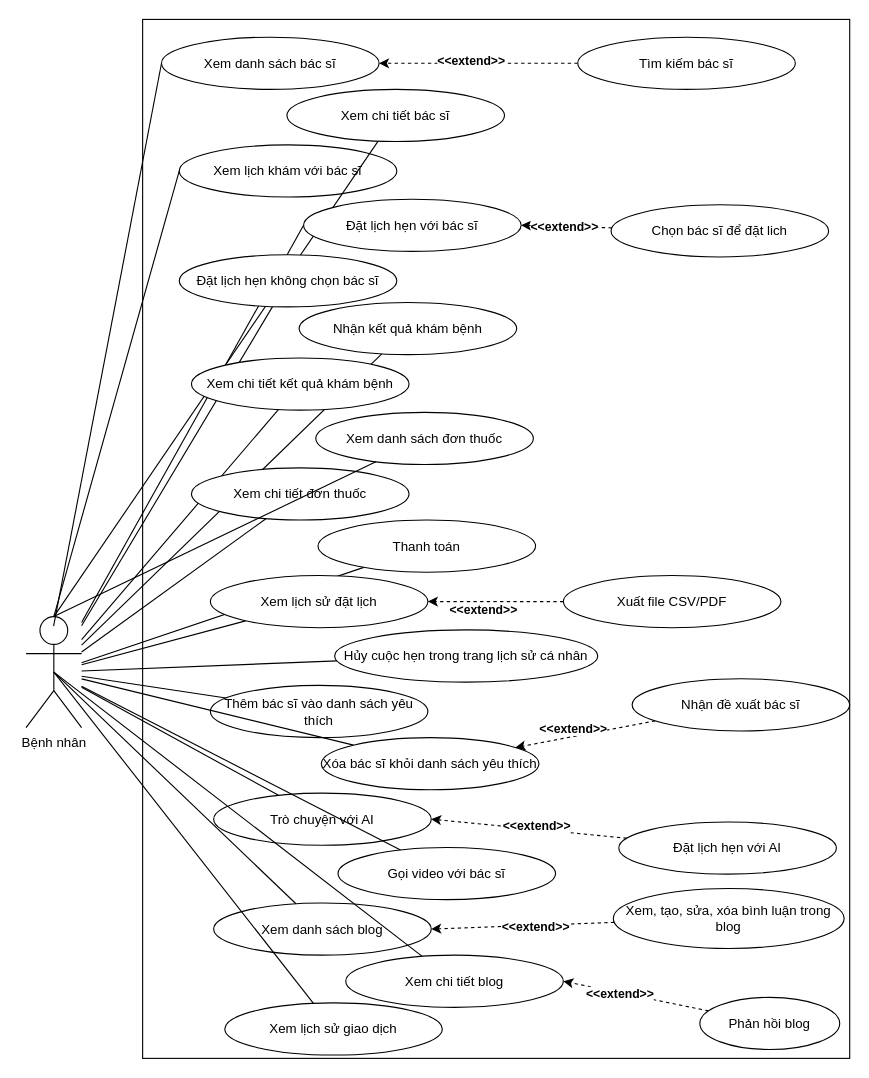
The draw.io diagram page "Page-2" (2 of 10) of Untitled Diagram.drawio in ch0uchou/javaex, before the edit. Source tidied: cells renumbered, new cells numbered last; positions are measured from the earlier drawing's top-left corner, leaving out a move shared by most shapes. Both pictures are drawn from the tidied source at 111%, with x=0, y=0 at pixel (26, 19).
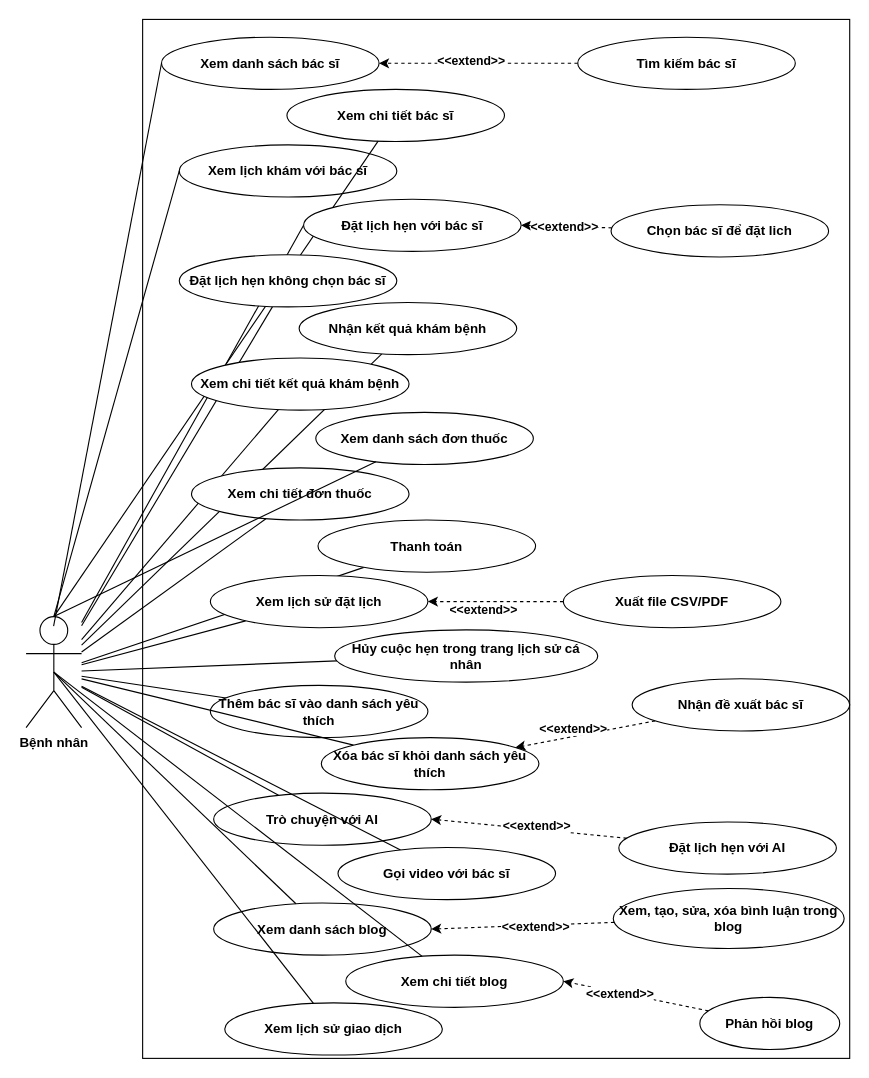
After the change.

Change to the diagram source:
```diff
@@
-    <mxCell id="2" style="rounded=0;whiteSpace=wrap;html=1;" parent="1" vertex="1">
+    <mxCell id="2" style="rounded=0;whiteSpace=wrap;html=1;fontStyle=1;" parent="1" vertex="1">
       <mxGeometry x="105" width="637" height="936" as="geometry" />
     </mxCell>
-    <mxCell id="3" value="Bệnh nhân" style="shape=umlActor;verticalLabelPosition=bottom;verticalAlign=top;html=1;outlineConnect=0;" parent="1" vertex="1">
+    <mxCell id="3" value="Bệnh nhân" style="shape=umlActor;verticalLabelPosition=bottom;verticalAlign=top;html=1;outlineConnect=0;fontStyle=1;" parent="1" vertex="1">
       <mxGeometry y="538" width="50" height="100" as="geometry" />
     </mxCell>
-    <mxCell id="4" style="rounded=0;jettySize=auto;html=1;exitX=0;exitY=0.5;exitDx=0;exitDy=0;endArrow=none;startFill=0;" parent="1" edge="1" source="5">
+    <mxCell id="4" style="rounded=0;jettySize=auto;html=1;exitX=0;exitY=0.5;exitDx=0;exitDy=0;endArrow=none;startFill=0;fontStyle=1;" parent="1" edge="1" source="5">
       <mxGeometry relative="1" as="geometry">
         <mxPoint x="24.8" y="546.5" as="targetPoint" />
       </mxGeometry>
     </mxCell>
-    <mxCell id="5" value="&lt;p&gt;Xem danh sách bác sĩ&lt;/p&gt;" style="ellipse;whiteSpace=wrap;html=1;" parent="1" vertex="1">
+    <mxCell id="5" value="&lt;p&gt;Xem danh sách bác sĩ&lt;/p&gt;" style="ellipse;whiteSpace=wrap;html=1;fontStyle=1;" parent="1" vertex="1">
       <mxGeometry x="122" y="16" width="196" height="47" as="geometry" />
     </mxCell>
-    <mxCell id="6" value="&lt;p&gt;Xem chi tiết bác sĩ&lt;/p&gt;" style="ellipse;whiteSpace=wrap;html=1;" parent="1" vertex="1">
+    <mxCell id="6" value="&lt;p&gt;Xem chi tiết bác sĩ&lt;/p&gt;" style="ellipse;whiteSpace=wrap;html=1;fontStyle=1;" parent="1" vertex="1">
       <mxGeometry x="235" y="63" width="196" height="47" as="geometry" />
     </mxCell>
-    <mxCell id="7" value="&lt;p&gt;Xem lịch khám với bác sĩ&lt;/p&gt;" style="ellipse;whiteSpace=wrap;html=1;" parent="1" vertex="1">
+    <mxCell id="7" value="&lt;p&gt;Xem lịch khám với bác sĩ&lt;/p&gt;" style="ellipse;whiteSpace=wrap;html=1;fontStyle=1;" parent="1" vertex="1">
       <mxGeometry x="138" y="113" width="196" height="47" as="geometry" />
     </mxCell>
-    <mxCell id="8" style="rounded=0;jettySize=auto;html=1;entryX=0.5;entryY=0;entryDx=0;entryDy=0;entryPerimeter=0;endArrow=none;startFill=0;" parent="1" edge="1" source="6" target="3">
+    <mxCell id="8" style="rounded=0;jettySize=auto;html=1;entryX=0.5;entryY=0;entryDx=0;entryDy=0;entryPerimeter=0;endArrow=none;startFill=0;fontStyle=1;" parent="1" edge="1" source="6" target="3">
       <mxGeometry relative="1" as="geometry" />
     </mxCell>
-    <mxCell id="9" style="rounded=0;jettySize=auto;html=1;exitX=0;exitY=0.5;exitDx=0;exitDy=0;endArrow=none;startFill=0;" parent="1" edge="1" source="10" target="3">
+    <mxCell id="9" style="rounded=0;jettySize=auto;html=1;exitX=0;exitY=0.5;exitDx=0;exitDy=0;endArrow=none;startFill=0;fontStyle=1;" parent="1" edge="1" source="10" target="3">
       <mxGeometry relative="1" as="geometry" />
     </mxCell>
-    <mxCell id="10" value="&lt;p&gt;Đặt lịch hẹn với bác sĩ&lt;/p&gt;" style="ellipse;whiteSpace=wrap;html=1;" parent="1" vertex="1">
+    <mxCell id="10" value="&lt;p&gt;Đặt lịch hẹn với bác sĩ&lt;/p&gt;" style="ellipse;whiteSpace=wrap;html=1;fontStyle=1;" parent="1" vertex="1">
       <mxGeometry x="250" y="162" width="196" height="47" as="geometry" />
     </mxCell>
-    <mxCell id="11" style="rounded=0;jettySize=auto;html=1;endArrow=none;startFill=0;" parent="1" edge="1" source="12" target="3">
+    <mxCell id="11" style="rounded=0;jettySize=auto;html=1;endArrow=none;startFill=0;fontStyle=1;" parent="1" edge="1" source="12" target="3">
       <mxGeometry relative="1" as="geometry" />
     </mxCell>
-    <mxCell id="12" value="&lt;p&gt;Đặt lịch hẹn không chọn bác sĩ&lt;/p&gt;" style="ellipse;whiteSpace=wrap;html=1;" parent="1" vertex="1">
+    <mxCell id="12" value="&lt;p&gt;Đặt lịch hẹn không chọn bác sĩ&lt;/p&gt;" style="ellipse;whiteSpace=wrap;html=1;fontStyle=1;" parent="1" vertex="1">
       <mxGeometry x="138" y="212" width="196" height="47" as="geometry" />
     </mxCell>
-    <mxCell id="13" style="rounded=0;jettySize=auto;html=1;endArrow=none;startFill=0;" parent="1" edge="1" source="14" target="3">
+    <mxCell id="13" style="rounded=0;jettySize=auto;html=1;endArrow=none;startFill=0;fontStyle=1;" parent="1" edge="1" source="14" target="3">
       <mxGeometry relative="1" as="geometry" />
     </mxCell>
-    <mxCell id="14" value="&lt;p&gt;Nhận kết quả khám bệnh&lt;/p&gt;" style="ellipse;whiteSpace=wrap;html=1;" parent="1" vertex="1">
+    <mxCell id="14" value="&lt;p&gt;Nhận kết quả khám bệnh&lt;/p&gt;" style="ellipse;whiteSpace=wrap;html=1;fontStyle=1;" parent="1" vertex="1">
       <mxGeometry x="246" y="255" width="196" height="47" as="geometry" />
     </mxCell>
-    <mxCell id="15" style="rounded=0;jettySize=auto;html=1;endArrow=none;startFill=0;" parent="1" edge="1" source="16" target="3">
+    <mxCell id="15" style="rounded=0;jettySize=auto;html=1;endArrow=none;startFill=0;fontStyle=1;" parent="1" edge="1" source="16" target="3">
       <mxGeometry relative="1" as="geometry" />
     </mxCell>
-    <mxCell id="16" value="&lt;p&gt;Xem chi tiết kết quả khám bệnh&lt;/p&gt;" style="ellipse;whiteSpace=wrap;html=1;" parent="1" vertex="1">
+    <mxCell id="16" value="&lt;p&gt;Xem chi tiết kết quả khám bệnh&lt;/p&gt;" style="ellipse;whiteSpace=wrap;html=1;fontStyle=1;" parent="1" vertex="1">
       <mxGeometry x="149" y="305" width="196" height="47" as="geometry" />
     </mxCell>
-    <mxCell id="17" value="&lt;p&gt;Xem danh sách đơn thuốc&lt;/p&gt;" style="ellipse;whiteSpace=wrap;html=1;" parent="1" vertex="1">
+    <mxCell id="17" value="&lt;p&gt;Xem danh sách đơn thuốc&lt;/p&gt;" style="ellipse;whiteSpace=wrap;html=1;fontStyle=1;" parent="1" vertex="1">
       <mxGeometry x="261" y="354" width="196" height="47" as="geometry" />
     </mxCell>
-    <mxCell id="18" value="&lt;p&gt;Xem chi tiết đơn thuốc&lt;/p&gt;" style="ellipse;whiteSpace=wrap;html=1;" parent="1" vertex="1">
+    <mxCell id="18" value="&lt;p&gt;Xem chi tiết đơn thuốc&lt;/p&gt;" style="ellipse;whiteSpace=wrap;html=1;fontStyle=1;" parent="1" vertex="1">
       <mxGeometry x="149" y="404" width="196" height="47" as="geometry" />
     </mxCell>
-    <mxCell id="19" style="rounded=0;jettySize=auto;html=1;endArrow=none;startFill=0;" parent="1" edge="1" source="20" target="3">
+    <mxCell id="19" style="rounded=0;jettySize=auto;html=1;endArrow=none;startFill=0;fontStyle=1;" parent="1" edge="1" source="20" target="3">
       <mxGeometry relative="1" as="geometry" />
     </mxCell>
-    <mxCell id="20" value="&lt;p&gt;Thanh toán&lt;/p&gt;" style="ellipse;whiteSpace=wrap;html=1;" parent="1" vertex="1">
+    <mxCell id="20" value="&lt;p&gt;Thanh toán&lt;/p&gt;" style="ellipse;whiteSpace=wrap;html=1;fontStyle=1;" parent="1" vertex="1">
       <mxGeometry x="263" y="451" width="196" height="47" as="geometry" />
     </mxCell>
-    <mxCell id="21" style="rounded=0;jettySize=auto;html=1;endArrow=none;startFill=0;" parent="1" edge="1" source="22" target="3">
+    <mxCell id="21" style="rounded=0;jettySize=auto;html=1;endArrow=none;startFill=0;fontStyle=1;" parent="1" edge="1" source="22" target="3">
       <mxGeometry relative="1" as="geometry" />
     </mxCell>
-    <mxCell id="22" value="&lt;p&gt;Xem lịch sử đặt lịch&lt;/p&gt;" style="ellipse;whiteSpace=wrap;html=1;" parent="1" vertex="1">
+    <mxCell id="22" value="&lt;p&gt;Xem lịch sử đặt lịch&lt;/p&gt;" style="ellipse;whiteSpace=wrap;html=1;fontStyle=1;" parent="1" vertex="1">
       <mxGeometry x="166" y="501" width="196" height="47" as="geometry" />
     </mxCell>
-    <mxCell id="23" style="rounded=0;jettySize=auto;html=1;endArrow=none;startFill=0;" parent="1" edge="1" source="24" target="3">
+    <mxCell id="23" style="rounded=0;jettySize=auto;html=1;endArrow=none;startFill=0;fontStyle=1;" parent="1" edge="1" source="24" target="3">
       <mxGeometry relative="1" as="geometry" />
     </mxCell>
-    <mxCell id="24" value="&lt;p&gt;Hủy cuộc hẹn trong trang lịch sử cá nhân&lt;/p&gt;" style="ellipse;whiteSpace=wrap;html=1;" parent="1" vertex="1">
+    <mxCell id="24" value="&lt;p&gt;Hủy cuộc hẹn trong trang lịch sử cá nhân&lt;/p&gt;" style="ellipse;whiteSpace=wrap;html=1;fontStyle=1;" parent="1" vertex="1">
       <mxGeometry x="278" y="550" width="237" height="47" as="geometry" />
     </mxCell>
-    <mxCell id="25" style="rounded=0;jettySize=auto;html=1;endArrow=none;startFill=0;" parent="1" edge="1" source="26" target="3">
+    <mxCell id="25" style="rounded=0;jettySize=auto;html=1;endArrow=none;startFill=0;fontStyle=1;" parent="1" edge="1" source="26" target="3">
       <mxGeometry relative="1" as="geometry" />
     </mxCell>
-    <mxCell id="26" value="&lt;p&gt;Thêm bác sĩ vào danh sách yêu thích&lt;/p&gt;" style="ellipse;whiteSpace=wrap;html=1;" parent="1" vertex="1">
+    <mxCell id="26" value="&lt;p&gt;Thêm bác sĩ vào danh sách yêu thích&lt;/p&gt;" style="ellipse;whiteSpace=wrap;html=1;fontStyle=1;" parent="1" vertex="1">
       <mxGeometry x="166" y="600" width="196" height="47" as="geometry" />
     </mxCell>
-    <mxCell id="27" style="rounded=0;jettySize=auto;html=1;endArrow=none;startFill=0;" parent="1" edge="1" source="28" target="3">
+    <mxCell id="27" style="rounded=0;jettySize=auto;html=1;endArrow=none;startFill=0;fontStyle=1;" parent="1" edge="1" source="28" target="3">
       <mxGeometry relative="1" as="geometry" />
     </mxCell>
-    <mxCell id="28" value="&lt;p&gt;Xóa bác sĩ khỏi danh sách yêu thích&lt;/p&gt;" style="ellipse;whiteSpace=wrap;html=1;" parent="1" vertex="1">
+    <mxCell id="28" value="&lt;p&gt;Xóa bác sĩ khỏi danh sách yêu thích&lt;/p&gt;" style="ellipse;whiteSpace=wrap;html=1;fontStyle=1;" parent="1" vertex="1">
       <mxGeometry x="266" y="647" width="196" height="47" as="geometry" />
     </mxCell>
-    <mxCell id="29" style="rounded=0;jettySize=auto;html=1;endArrow=none;startFill=0;" parent="1" edge="1" source="30" target="3">
+    <mxCell id="29" style="rounded=0;jettySize=auto;html=1;endArrow=none;startFill=0;fontStyle=1;" parent="1" edge="1" source="30" target="3">
       <mxGeometry relative="1" as="geometry" />
     </mxCell>
-    <mxCell id="30" value="&lt;p&gt;Trò chuyện với AI&lt;/p&gt;" style="ellipse;whiteSpace=wrap;html=1;" parent="1" vertex="1">
+    <mxCell id="30" value="&lt;p&gt;Trò chuyện với AI&lt;/p&gt;" style="ellipse;whiteSpace=wrap;html=1;fontStyle=1;" parent="1" vertex="1">
       <mxGeometry x="169" y="697" width="196" height="47" as="geometry" />
     </mxCell>
-    <mxCell id="31" style="rounded=0;jettySize=auto;html=1;endArrow=none;startFill=0;" parent="1" edge="1" source="32" target="3">
+    <mxCell id="31" style="rounded=0;jettySize=auto;html=1;endArrow=none;startFill=0;fontStyle=1;" parent="1" edge="1" source="32" target="3">
       <mxGeometry relative="1" as="geometry" />
     </mxCell>
-    <mxCell id="32" value="&lt;p&gt;Gọi video với bác sĩ&lt;/p&gt;" style="ellipse;whiteSpace=wrap;html=1;" parent="1" vertex="1">
+    <mxCell id="32" value="&lt;p&gt;Gọi video với bác sĩ&lt;/p&gt;" style="ellipse;whiteSpace=wrap;html=1;fontStyle=1;" parent="1" vertex="1">
       <mxGeometry x="281" y="746" width="196" height="47" as="geometry" />
     </mxCell>
-    <mxCell id="33" value="&lt;p&gt;Xem danh sách blog&lt;/p&gt;" style="ellipse;whiteSpace=wrap;html=1;" parent="1" vertex="1">
+    <mxCell id="33" value="&lt;p&gt;Xem danh sách blog&lt;/p&gt;" style="ellipse;whiteSpace=wrap;html=1;fontStyle=1;" parent="1" vertex="1">
       <mxGeometry x="169" y="796" width="196" height="47" as="geometry" />
     </mxCell>
-    <mxCell id="34" value="&lt;p&gt;Xem chi tiết blog&lt;/p&gt;" style="ellipse;whiteSpace=wrap;html=1;" parent="1" vertex="1">
+    <mxCell id="34" value="&lt;p&gt;Xem chi tiết blog&lt;/p&gt;" style="ellipse;whiteSpace=wrap;html=1;fontStyle=1;" parent="1" vertex="1">
       <mxGeometry x="288" y="843" width="196" height="47" as="geometry" />
     </mxCell>
-    <mxCell id="35" value="&lt;p&gt;Xem lịch sử giao dịch&lt;/p&gt;" style="ellipse;whiteSpace=wrap;html=1;" parent="1" vertex="1">
+    <mxCell id="35" value="&lt;p&gt;Xem lịch sử giao dịch&lt;/p&gt;" style="ellipse;whiteSpace=wrap;html=1;fontStyle=1;" parent="1" vertex="1">
       <mxGeometry x="179" y="886" width="196" height="47" as="geometry" />
     </mxCell>
-    <mxCell id="36" style="rounded=0;jettySize=auto;html=1;exitX=0;exitY=0.5;exitDx=0;exitDy=0;entryX=0.5;entryY=0;entryDx=0;entryDy=0;entryPerimeter=0;endArrow=none;startFill=0;" parent="1" edge="1" source="7" target="3">
+    <mxCell id="36" style="rounded=0;jettySize=auto;html=1;exitX=0;exitY=0.5;exitDx=0;exitDy=0;entryX=0.5;entryY=0;entryDx=0;entryDy=0;entryPerimeter=0;endArrow=none;startFill=0;fontStyle=1;" parent="1" edge="1" source="7" target="3">
       <mxGeometry relative="1" as="geometry" />
     </mxCell>
-    <mxCell id="37" style="rounded=0;jettySize=auto;html=1;entryX=0.5;entryY=0;entryDx=0;entryDy=0;entryPerimeter=0;endArrow=none;startFill=0;" parent="1" edge="1" source="17" target="3">
+    <mxCell id="37" style="rounded=0;jettySize=auto;html=1;entryX=0.5;entryY=0;entryDx=0;entryDy=0;entryPerimeter=0;endArrow=none;startFill=0;fontStyle=1;" parent="1" edge="1" source="17" target="3">
       <mxGeometry relative="1" as="geometry" />
     </mxCell>
-    <mxCell id="38" style="rounded=0;jettySize=auto;html=1;endArrow=none;startFill=0;" parent="1" edge="1" source="18" target="3">
+    <mxCell id="38" style="rounded=0;jettySize=auto;html=1;endArrow=none;startFill=0;fontStyle=1;" parent="1" edge="1" source="18" target="3">
       <mxGeometry relative="1" as="geometry" />
     </mxCell>
-    <mxCell id="39" style="rounded=0;jettySize=auto;html=1;entryX=0.5;entryY=0.5;entryDx=0;entryDy=0;entryPerimeter=0;endArrow=none;startFill=0;" parent="1" edge="1" source="33" target="3">
+    <mxCell id="39" style="rounded=0;jettySize=auto;html=1;entryX=0.5;entryY=0.5;entryDx=0;entryDy=0;entryPerimeter=0;endArrow=none;startFill=0;fontStyle=1;" parent="1" edge="1" source="33" target="3">
       <mxGeometry relative="1" as="geometry" />
     </mxCell>
-    <mxCell id="40" style="rounded=0;jettySize=auto;html=1;entryX=0.5;entryY=0.5;entryDx=0;entryDy=0;entryPerimeter=0;endArrow=none;startFill=0;" parent="1" edge="1" source="34" target="3">
+    <mxCell id="40" style="rounded=0;jettySize=auto;html=1;entryX=0.5;entryY=0.5;entryDx=0;entryDy=0;entryPerimeter=0;endArrow=none;startFill=0;fontStyle=1;" parent="1" edge="1" source="34" target="3">
       <mxGeometry relative="1" as="geometry" />
     </mxCell>
-    <mxCell id="41" style="rounded=0;jettySize=auto;html=1;entryX=0.5;entryY=0.5;entryDx=0;entryDy=0;entryPerimeter=0;endArrow=none;startFill=0;" parent="1" edge="1" source="35" target="3">
+    <mxCell id="41" style="rounded=0;jettySize=auto;html=1;entryX=0.5;entryY=0.5;entryDx=0;entryDy=0;entryPerimeter=0;endArrow=none;startFill=0;fontStyle=1;" parent="1" edge="1" source="35" target="3">
       <mxGeometry relative="1" as="geometry" />
     </mxCell>
-    <mxCell id="42" style="rounded=0;jettySize=auto;html=1;entryX=1;entryY=0.5;entryDx=0;entryDy=0;dashed=1;" parent="1" edge="1" source="44" target="5">
+    <mxCell id="42" style="rounded=0;jettySize=auto;html=1;entryX=1;entryY=0.5;entryDx=0;entryDy=0;dashed=1;fontStyle=1;" parent="1" edge="1" source="44" target="5">
       <mxGeometry relative="1" as="geometry" />
     </mxCell>
-    <mxCell id="43" value="&lt;b&gt;&amp;lt;&amp;lt;extend&amp;gt;&amp;gt;&lt;/b&gt;" style="edgeLabel;html=1;align=center;verticalAlign=middle;" parent="42" vertex="1">
+    <mxCell id="43" value="&lt;span&gt;&amp;lt;&amp;lt;extend&amp;gt;&amp;gt;&lt;/span&gt;" style="edgeLabel;html=1;align=center;verticalAlign=middle;fontStyle=1;" parent="42" vertex="1">
       <mxGeometry x="0.08" y="-2" relative="1" as="geometry" />
     </mxCell>
-    <mxCell id="44" value="&lt;p&gt;Tìm kiếm bác sĩ&lt;/p&gt;" style="ellipse;whiteSpace=wrap;html=1;" parent="1" vertex="1">
+    <mxCell id="44" value="&lt;p&gt;Tìm kiếm bác sĩ&lt;/p&gt;" style="ellipse;whiteSpace=wrap;html=1;fontStyle=1;" parent="1" vertex="1">
       <mxGeometry x="497" y="16" width="196" height="47" as="geometry" />
     </mxCell>
-    <mxCell id="45" style="rounded=0;jettySize=auto;html=1;entryX=1;entryY=0.5;entryDx=0;entryDy=0;dashed=1;" parent="1" edge="1" source="47" target="10">
+    <mxCell id="45" style="rounded=0;jettySize=auto;html=1;entryX=1;entryY=0.5;entryDx=0;entryDy=0;dashed=1;fontStyle=1;" parent="1" edge="1" source="47" target="10">
       <mxGeometry relative="1" as="geometry" />
     </mxCell>
-    <mxCell id="46" value="&lt;b&gt;&amp;lt;&amp;lt;extend&amp;gt;&amp;gt;&lt;/b&gt;" style="edgeLabel;html=1;align=center;verticalAlign=middle;" parent="45" vertex="1">
+    <mxCell id="46" value="&lt;span&gt;&amp;lt;&amp;lt;extend&amp;gt;&amp;gt;&lt;/span&gt;" style="edgeLabel;html=1;align=center;verticalAlign=middle;fontStyle=1;" parent="45" vertex="1">
       <mxGeometry x="0.06" relative="1" as="geometry" />
     </mxCell>
-    <mxCell id="47" value="&lt;p&gt;Chọn bác sĩ để đặt lich&lt;/p&gt;" style="ellipse;whiteSpace=wrap;html=1;" parent="1" vertex="1">
+    <mxCell id="47" value="&lt;p&gt;Chọn bác sĩ để đặt lich&lt;/p&gt;" style="ellipse;whiteSpace=wrap;html=1;fontStyle=1;" parent="1" vertex="1">
       <mxGeometry x="527" y="167" width="196" height="47" as="geometry" />
     </mxCell>
-    <mxCell id="48" style="rounded=0;jettySize=auto;html=1;entryX=1;entryY=0.5;entryDx=0;entryDy=0;dashed=1;" parent="1" edge="1" source="50" target="22">
+    <mxCell id="48" style="rounded=0;jettySize=auto;html=1;entryX=1;entryY=0.5;entryDx=0;entryDy=0;dashed=1;fontStyle=1;" parent="1" edge="1" source="50" target="22">
       <mxGeometry relative="1" as="geometry" />
     </mxCell>
-    <mxCell id="49" value="&lt;b&gt;&amp;lt;&amp;lt;extend&amp;gt;&amp;gt;&lt;/b&gt;" style="edgeLabel;html=1;align=center;verticalAlign=middle;" parent="48" vertex="1">
+    <mxCell id="49" value="&lt;span&gt;&amp;lt;&amp;lt;extend&amp;gt;&amp;gt;&lt;/span&gt;" style="edgeLabel;html=1;align=center;verticalAlign=middle;fontStyle=1;" parent="48" vertex="1">
       <mxGeometry x="0.19" y="7" relative="1" as="geometry" />
     </mxCell>
-    <mxCell id="50" value="&lt;p&gt;Xuất file CSV/PDF&lt;/p&gt;" style="ellipse;whiteSpace=wrap;html=1;" parent="1" vertex="1">
+    <mxCell id="50" value="&lt;p&gt;Xuất file CSV/PDF&lt;/p&gt;" style="ellipse;whiteSpace=wrap;html=1;fontStyle=1;" parent="1" vertex="1">
       <mxGeometry x="484" y="501" width="196" height="47" as="geometry" />
     </mxCell>
-    <mxCell id="51" style="rounded=0;jettySize=auto;html=1;dashed=1;" parent="1" edge="1" source="53" target="28">
+    <mxCell id="51" style="rounded=0;jettySize=auto;html=1;dashed=1;fontStyle=1;" parent="1" edge="1" source="53" target="28">
       <mxGeometry relative="1" as="geometry" />
     </mxCell>
-    <mxCell id="52" value="&lt;b&gt;&amp;lt;&amp;lt;extend&amp;gt;&amp;gt;&lt;/b&gt;" style="edgeLabel;html=1;align=center;verticalAlign=middle;" parent="51" vertex="1">
+    <mxCell id="52" value="&lt;span&gt;&amp;lt;&amp;lt;extend&amp;gt;&amp;gt;&lt;/span&gt;" style="edgeLabel;html=1;align=center;verticalAlign=middle;fontStyle=1;" parent="51" vertex="1">
       <mxGeometry x="0.16" y="-7" relative="1" as="geometry" />
     </mxCell>
-    <mxCell id="53" value="&lt;p&gt;Nhận đề xuất bác sĩ&lt;/p&gt;" style="ellipse;whiteSpace=wrap;html=1;" parent="1" vertex="1">
+    <mxCell id="53" value="&lt;p&gt;Nhận đề xuất bác sĩ&lt;/p&gt;" style="ellipse;whiteSpace=wrap;html=1;fontStyle=1;" parent="1" vertex="1">
       <mxGeometry x="546" y="594" width="196" height="47" as="geometry" />
     </mxCell>
-    <mxCell id="54" style="rounded=0;jettySize=auto;html=1;entryX=1;entryY=0.5;entryDx=0;entryDy=0;dashed=1;" parent="1" edge="1" source="56" target="30">
+    <mxCell id="54" style="rounded=0;jettySize=auto;html=1;entryX=1;entryY=0.5;entryDx=0;entryDy=0;dashed=1;fontStyle=1;" parent="1" edge="1" source="56" target="30">
       <mxGeometry relative="1" as="geometry" />
     </mxCell>
-    <mxCell id="55" value="&lt;b&gt;&amp;lt;&amp;lt;extend&amp;gt;&amp;gt;&lt;/b&gt;" style="edgeLabel;html=1;align=center;verticalAlign=middle;" parent="54" vertex="1">
+    <mxCell id="55" value="&lt;span&gt;&amp;lt;&amp;lt;extend&amp;gt;&amp;gt;&lt;/span&gt;" style="edgeLabel;html=1;align=center;verticalAlign=middle;fontStyle=1;" parent="54" vertex="1">
       <mxGeometry x="-0.06" y="-3" relative="1" as="geometry">
         <mxPoint x="1" as="offset" />
       </mxGeometry>
     </mxCell>
-    <mxCell id="56" value="&lt;p&gt;Đặt lịch hẹn với AI&lt;/p&gt;" style="ellipse;whiteSpace=wrap;html=1;" parent="1" vertex="1">
+    <mxCell id="56" value="&lt;p&gt;Đặt lịch hẹn với AI&lt;/p&gt;" style="ellipse;whiteSpace=wrap;html=1;fontStyle=1;" parent="1" vertex="1">
       <mxGeometry x="534" y="723" width="196" height="47" as="geometry" />
     </mxCell>
-    <mxCell id="57" style="rounded=0;jettySize=auto;html=1;entryX=1;entryY=0.5;entryDx=0;entryDy=0;dashed=1;" parent="1" edge="1" source="59" target="33">
+    <mxCell id="57" style="rounded=0;jettySize=auto;html=1;entryX=1;entryY=0.5;entryDx=0;entryDy=0;dashed=1;fontStyle=1;" parent="1" edge="1" source="59" target="33">
       <mxGeometry relative="1" as="geometry" />
     </mxCell>
-    <mxCell id="58" value="&lt;b&gt;&amp;lt;&amp;lt;extend&amp;gt;&amp;gt;&lt;/b&gt;" style="edgeLabel;html=1;align=center;verticalAlign=middle;" parent="57" vertex="1">
+    <mxCell id="58" value="&lt;span&gt;&amp;lt;&amp;lt;extend&amp;gt;&amp;gt;&lt;/span&gt;" style="edgeLabel;html=1;align=center;verticalAlign=middle;fontStyle=1;" parent="57" vertex="1">
       <mxGeometry x="-0.14" y="1" relative="1" as="geometry" />
     </mxCell>
-    <mxCell id="59" value="&lt;p&gt;Xem, tạo, sửa, xóa bình luận trong blog&lt;/p&gt;" style="ellipse;whiteSpace=wrap;html=1;" parent="1" vertex="1">
+    <mxCell id="59" value="&lt;p&gt;Xem, tạo, sửa, xóa bình luận trong blog&lt;/p&gt;" style="ellipse;whiteSpace=wrap;html=1;fontStyle=1;" parent="1" vertex="1">
       <mxGeometry x="529" y="783" width="208" height="54" as="geometry" />
     </mxCell>
-    <mxCell id="60" style="rounded=0;jettySize=auto;html=1;entryX=1;entryY=0.5;entryDx=0;entryDy=0;dashed=1;" parent="1" edge="1" source="62" target="34">
+    <mxCell id="60" style="rounded=0;jettySize=auto;html=1;entryX=1;entryY=0.5;entryDx=0;entryDy=0;dashed=1;fontStyle=1;" parent="1" edge="1" source="62" target="34">
       <mxGeometry relative="1" as="geometry" />
     </mxCell>
-    <mxCell id="61" value="&lt;b&gt;&amp;lt;&amp;lt;extend&amp;gt;&amp;gt;&lt;/b&gt;" style="edgeLabel;html=1;align=center;verticalAlign=middle;" parent="60" vertex="1">
+    <mxCell id="61" value="&lt;span&gt;&amp;lt;&amp;lt;extend&amp;gt;&amp;gt;&lt;/span&gt;" style="edgeLabel;html=1;align=center;verticalAlign=middle;fontStyle=1;" parent="60" vertex="1">
       <mxGeometry x="0.22" y="1" relative="1" as="geometry">
         <mxPoint x="-1" as="offset" />
       </mxGeometry>
     </mxCell>
-    <mxCell id="62" value="&lt;p&gt;Phản hồi blog&lt;/p&gt;" style="ellipse;whiteSpace=wrap;html=1;" parent="1" vertex="1">
+    <mxCell id="62" value="&lt;p&gt;Phản hồi blog&lt;/p&gt;" style="ellipse;whiteSpace=wrap;html=1;fontStyle=1;" parent="1" vertex="1">
       <mxGeometry x="607" y="881" width="126" height="47" as="geometry" />
     </mxCell>
```
